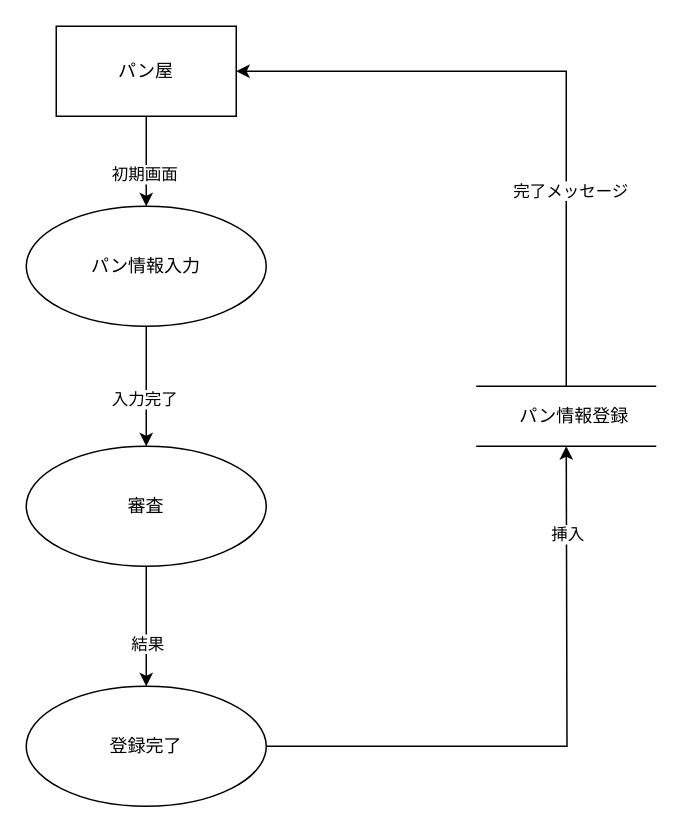
Above: パン情報登録.drawio in Pyama1013/Sotsu.Gamen (draw.io), before the change. Source tidied: cells renumbered, new cells numbered last; positions are measured from the earlier drawing's top-left corner, leaving out a move shared by most shapes. Both pictures are drawn from the tidied source at 150%, with x=0, y=0 at pixel (26, 26).
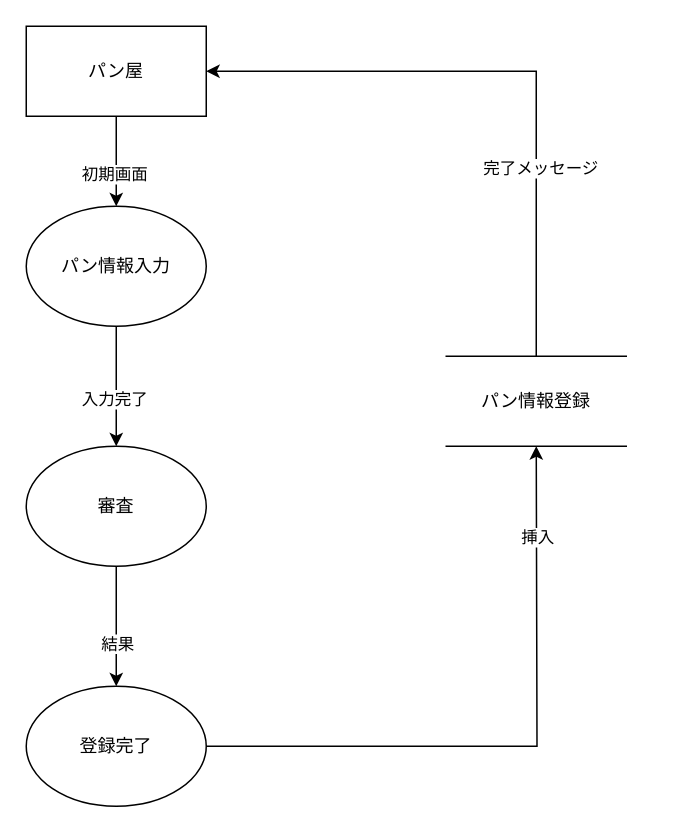
The same page after the edit.

Commit message:
パン情報登録.drawio を更新します

What changed in the source:
```diff
@@
-    <mxCell id="4" style="edgeStyle=orthogonalEdgeStyle;rounded=0;jettySize=auto;html=1;exitX=1;exitY=0.5;exitDx=0;exitDy=0;entryX=1;entryY=0.5;entryDx=0;entryDy=0;" parent="1" edge="1" target="6">
+    <mxCell id="4" style="edgeStyle=orthogonalEdgeStyle;rounded=0;jettySize=auto;html=1;entryX=1;entryY=0.5;entryDx=0;entryDy=0;exitX=0.5;exitY=0;exitDx=0;exitDy=0;" parent="1" edge="1" source="18" target="6">
       <mxGeometry relative="1" as="geometry">
-        <mxPoint x="360" y="240" as="sourcePoint" />
         <Array as="points">
-          <mxPoint x="360" y="30" />
+          <mxPoint x="340" y="30" />
         </Array>
       </mxGeometry>
     </mxCell>
@@
     <mxCell id="6" value="パン屋" style="rounded=0;whiteSpace=wrap;html=1;" parent="1" vertex="1">
-      <mxGeometry x="20" width="120" height="60" as="geometry" />
+      <mxGeometry width="120" height="60" as="geometry" />
     </mxCell>
@@
     <mxCell id="9" value="パン情報入力" style="ellipse;whiteSpace=wrap;html=1;" parent="1" vertex="1">
-      <mxGeometry y="120" width="160" height="80" as="geometry" />
+      <mxGeometry y="120" width="120" height="80" as="geometry" />
     </mxCell>
     <mxCell id="10" style="edgeStyle=orthogonalEdgeStyle;rounded=0;jettySize=auto;html=1;exitX=0.5;exitY=1;exitDx=0;exitDy=0;entryX=0.5;entryY=0;entryDx=0;entryDy=0;" parent="1" edge="1" source="12" target="15">
       <mxGeometry relative="1" as="geometry">
         <Array as="points">
-          <mxPoint x="80" y="410" />
-          <mxPoint x="80" y="410" />
+          <mxPoint x="60" y="410" />
+          <mxPoint x="60" y="410" />
         </Array>
       </mxGeometry>
     </mxCell>
@@
     <mxCell id="12" value="審査" style="ellipse;whiteSpace=wrap;html=1;" parent="1" vertex="1">
-      <mxGeometry y="280" width="160" height="80" as="geometry" />
+      <mxGeometry y="280" width="120" height="80" as="geometry" />
     </mxCell>
     <mxCell id="13" style="edgeStyle=orthogonalEdgeStyle;rounded=0;jettySize=auto;html=1;exitX=1;exitY=0.5;exitDx=0;exitDy=0;" parent="1" edge="1" source="15">
       <mxGeometry relative="1" as="geometry">
-        <mxPoint x="360" y="280" as="targetPoint" />
+        <mxPoint x="340" y="280" as="targetPoint" />
       </mxGeometry>
     </mxCell>
@@
     <mxCell id="15" value="登録完了" style="ellipse;whiteSpace=wrap;html=1;" parent="1" vertex="1">
-      <mxGeometry y="440" width="160" height="80" as="geometry" />
+      <mxGeometry y="440" width="120" height="80" as="geometry" />
     </mxCell>
-    <mxCell id="16" style="endArrow=none;html=1;rounded=0;" parent="1" edge="1">
-      <mxGeometry relative="1" as="geometry">
-        <mxPoint x="300" y="240" as="sourcePoint" />
-        <mxPoint x="420" y="240" as="targetPoint" />
-      </mxGeometry>
-    </mxCell>
-    <mxCell id="17" style="endArrow=none;html=1;rounded=0;" parent="1" edge="1">
-      <mxGeometry relative="1" as="geometry">
-        <mxPoint x="300" y="280" as="sourcePoint" />
-        <mxPoint x="420" y="280" as="targetPoint" />
-      </mxGeometry>
-    </mxCell>
-    <mxCell id="18" value="パン情報登録" style="text;html=1;align=center;verticalAlign=middle;points=[];strokeColor=none;fillColor=none;" parent="1" vertex="1">
-      <mxGeometry x="320" y="250" width="90" height="20" as="geometry" />
+    <mxCell id="18" value="パン情報登録" style="shape=partialRectangle;whiteSpace=wrap;html=1;left=0;right=0;fillColor=none;" parent="1" vertex="1">
+      <mxGeometry x="280" y="220" width="120" height="60" as="geometry" />
     </mxCell>
```
